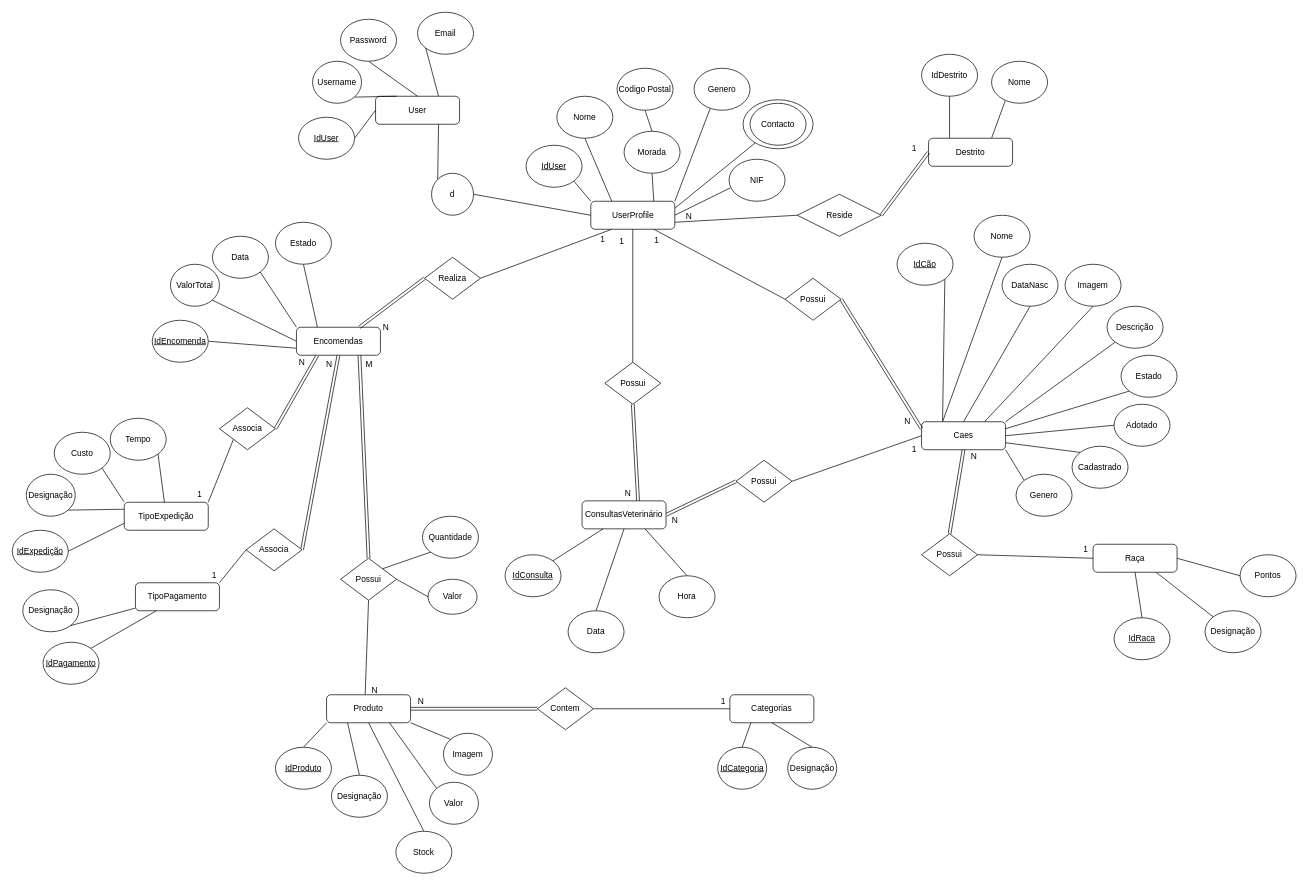
Above: Diagramas/Diagrama Entidade Relacionamento.drawio in 2201120/Projeto-SI (draw.io), before the change. Source tidied: cells renumbered, new cells numbered last; positions are measured from the earlier drawing's top-left corner, leaving out a move shared by most shapes. Both pictures are drawn from the tidied source at 70%, with x=0, y=0 at pixel (12, 12).
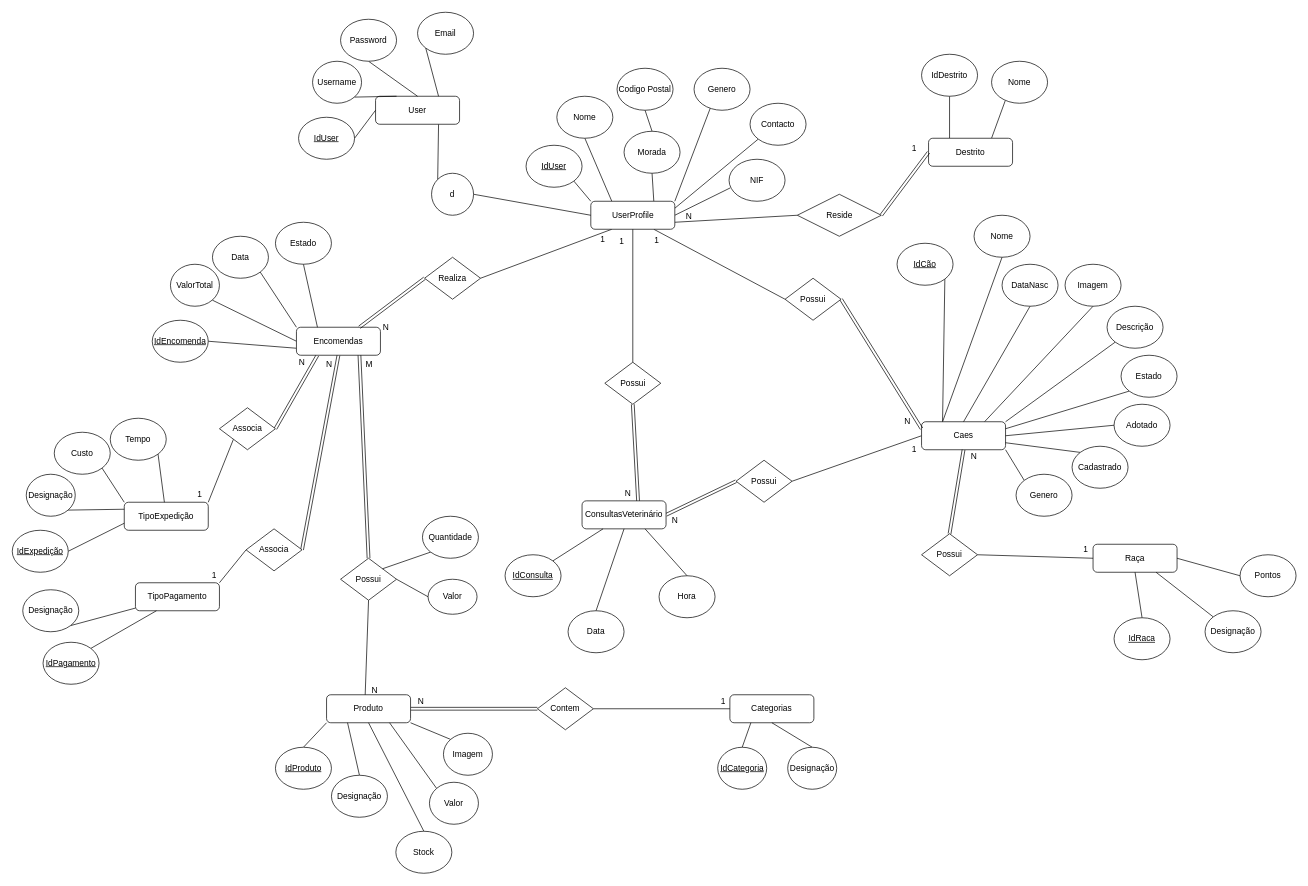
Above is the later version.

Unchanged cells that the change refers to:
```xml
<mxCell id="13" value="UserProfile" style="rounded=1;whiteSpace=wrap;html=1;fontSize=12;glass=0;strokeWidth=1;shadow=0;" parent="1" vertex="1">
  <mxGeometry x="826.5" y="270" width="120" height="40" as="geometry" />
</mxCell>
<mxCell id="30" value="Contacto" style="ellipse;whiteSpace=wrap;html=1;" parent="1" vertex="1">
  <mxGeometry x="1054" y="130" width="80" height="60" as="geometry" />
</mxCell>
```

Diff of the diagram source:
```diff
@@
-    <mxCell id="9" style="edgeStyle=none;rounded=0;jettySize=auto;html=1;exitX=1;exitY=0.25;exitDx=0;exitDy=0;endArrow=none;endFill=0;" parent="1" edge="1" source="13">
-      <mxGeometry relative="1" as="geometry">
-        <mxPoint x="1061.4" y="186.6" as="targetPoint" />
-      </mxGeometry>
+    <mxCell id="9" style="edgeStyle=none;rounded=0;jettySize=auto;html=1;exitX=1;exitY=0.25;exitDx=0;exitDy=0;endArrow=none;endFill=0;entryX=0;entryY=1;entryDx=0;entryDy=0;" parent="1" edge="1" source="13" target="30">
+      <mxGeometry relative="1" as="geometry" />
     </mxCell>
@@
-    <mxCell id="29" style="ellipse;whiteSpace=wrap;html=1;" parent="1" vertex="1">
-      <mxGeometry x="1044" y="125" width="100" height="70" as="geometry" />
-    </mxCell>
```
